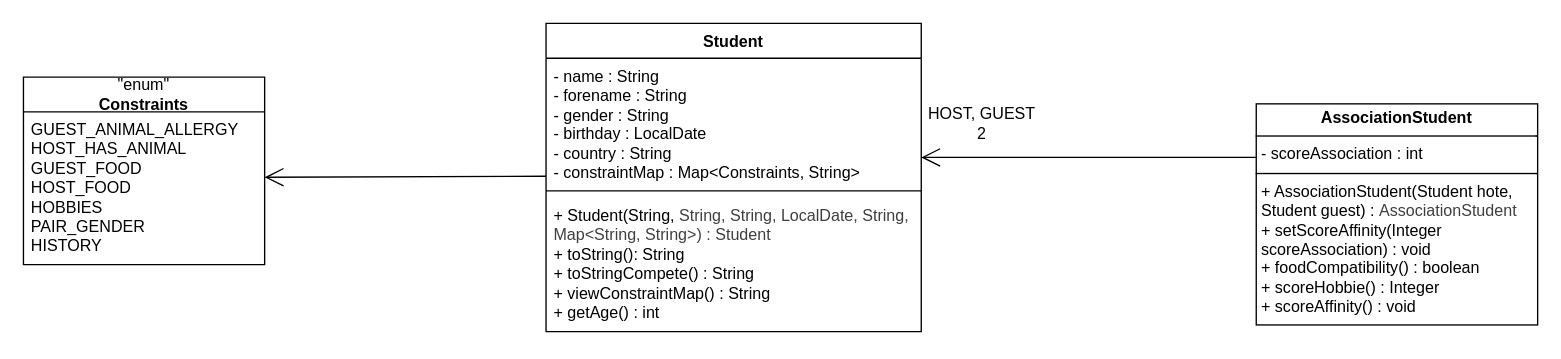
Above: POO/res/UML.drawio in Mano-l59/Application-associations-etudiantes (draw.io), before the change. Source tidied: cells renumbered, new cells numbered last; positions are measured from the earlier drawing's top-left corner, leaving out a move shared by most shapes. Both pictures are drawn from the tidied source at 134%, with x=0, y=0 at pixel (23, 23).
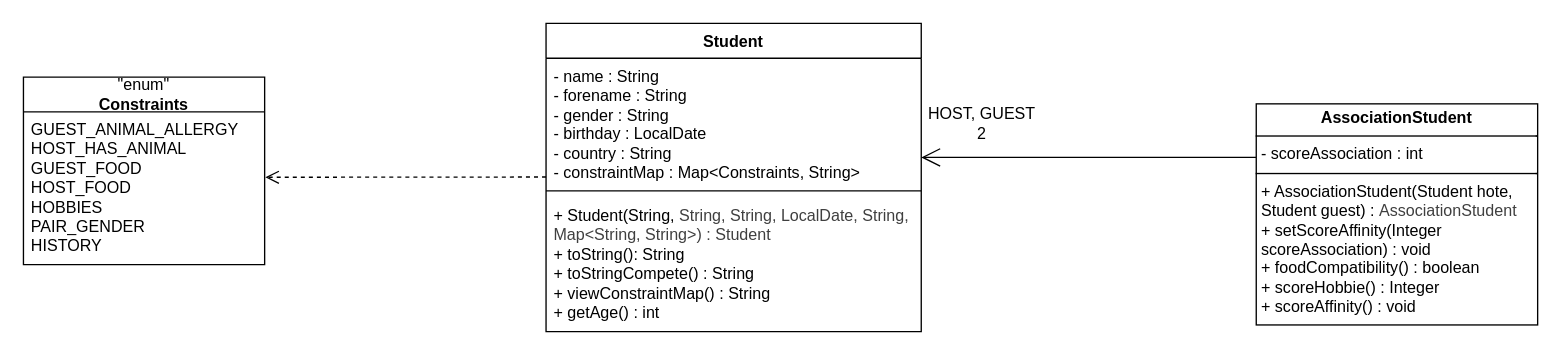
After the change.

Commit message:
JavaDoc Student finie

Diff of the diagram source:
```diff
@@
 <mxGraphModel>
   <root>
     <mxCell id="0" />
     <mxCell id="1" parent="0" />
     <mxCell id="2" value="Student" style="swimlane;fontStyle=1;align=center;verticalAlign=top;horizontal=1;startSize=26;whiteSpace=wrap;html=1;" parent="1" vertex="1">
       <mxGeometry x="390" width="280" height="230" as="geometry" />
     </mxCell>
     <mxCell id="3" value="- name : String&lt;div&gt;- forename : String&lt;/div&gt;&lt;div&gt;- gender : String&lt;/div&gt;&lt;div&gt;- birthday : LocalDate&lt;/div&gt;&lt;div&gt;- country : String&lt;/div&gt;&lt;div&gt;- constraintMap : Map&amp;lt;Constraints, String&amp;gt;&lt;/div&gt;" style="text;strokeColor=none;fillColor=none;align=left;verticalAlign=top;spacingLeft=4;spacingRight=4;overflow=hidden;whiteSpace=wrap;html=1;" parent="2" vertex="1">
       <mxGeometry y="26" width="280" height="94" as="geometry" />
     </mxCell>
     <mxCell id="4" style="line;strokeWidth=1;fillColor=none;align=left;verticalAlign=middle;spacingTop=-1;spacingLeft=3;spacingRight=3;labelPosition=right;strokeColor=inherit;" parent="2" vertex="1">
       <mxGeometry y="120" width="280" height="10" as="geometry" />
     </mxCell>
     <mxCell id="5" value="&lt;div&gt;+ Student(String,&amp;nbsp;&lt;span style=&quot;color: rgb(63, 63, 63); background-color: transparent;&quot;&gt;String,&amp;nbsp;&lt;/span&gt;&lt;span style=&quot;color: rgb(63, 63, 63); background-color: transparent;&quot;&gt;String, LocalDate,&amp;nbsp;&lt;/span&gt;&lt;span style=&quot;color: rgb(63, 63, 63); background-color: transparent;&quot;&gt;String, Map&amp;lt;&lt;/span&gt;&lt;span style=&quot;color: rgb(63, 63, 63); background-color: transparent;&quot;&gt;String, String&amp;gt;) : Student&lt;/span&gt;&lt;span style=&quot;background-color: transparent;&quot;&gt;&amp;nbsp;&lt;/span&gt;&lt;/div&gt;+ toString(): String&lt;div&gt;&lt;font color=&quot;#000000&quot;&gt;+ toStringCompete() : String&lt;/font&gt;&lt;/div&gt;&lt;div&gt;&lt;font color=&quot;#000000&quot;&gt;&lt;font color=&quot;#000000&quot;&gt;+ viewConstraintMap() : String&lt;br&gt;&lt;/font&gt;&lt;/font&gt;&lt;div&gt;+ getAge() : int&lt;/div&gt;&lt;/div&gt;" style="text;strokeColor=none;fillColor=none;align=left;verticalAlign=top;spacingLeft=4;spacingRight=4;overflow=hidden;whiteSpace=wrap;html=1;" parent="2" vertex="1">
       <mxGeometry y="130" width="280" height="100" as="geometry" />
     </mxCell>
     <mxCell id="6" value="&lt;p style=&quot;margin:0px;margin-top:4px;text-align:center;&quot;&gt;&lt;b&gt;AssociationStudent&lt;/b&gt;&lt;/p&gt;&lt;hr size=&quot;1&quot; style=&quot;border-style:solid;&quot;&gt;&lt;p style=&quot;margin:0px;margin-left:4px;&quot;&gt;&lt;span style=&quot;background-color: transparent;&quot;&gt;- scoreAssociation : int&lt;/span&gt;&lt;/p&gt;&lt;hr size=&quot;1&quot; style=&quot;border-style:solid;&quot;&gt;&lt;p style=&quot;margin:0px;margin-left:4px;&quot;&gt;+ AssociationStudent(Student hote, Student guest) :&amp;nbsp;&lt;span style=&quot;color: rgb(63, 63, 63); background-color: transparent;&quot;&gt;AssociationStudent&lt;/span&gt;&lt;/p&gt;&lt;p style=&quot;margin:0px;margin-left:4px;&quot;&gt;+ setScoreAffinity(Integer scoreAssociation) : void&lt;/p&gt;&lt;p style=&quot;margin:0px;margin-left:4px;&quot;&gt;+&amp;nbsp;foodCompatibility() : boolean&lt;/p&gt;&lt;p style=&quot;margin:0px;margin-left:4px;&quot;&gt;+&amp;nbsp;scoreHobbie() : Integer&lt;/p&gt;&lt;p style=&quot;margin:0px;margin-left:4px;&quot;&gt;+&amp;nbsp;scoreAffinity() : void&lt;/p&gt;" style="verticalAlign=top;align=left;overflow=fill;html=1;whiteSpace=wrap;" parent="1" vertex="1">
       <mxGeometry x="920" y="60" width="210" height="165" as="geometry" />
     </mxCell>
     <mxCell id="7" value="&lt;div&gt;HOST, GUEST&lt;/div&gt;&lt;div&gt;2&lt;/div&gt;" style="text;html=1;align=center;verticalAlign=middle;strokeColor=none;fillColor=none;" parent="1" vertex="1">
       <mxGeometry x="665" y="55" width="100" height="40" as="geometry" />
     </mxCell>
     <mxCell id="8" value="&quot;enum&quot;&lt;div&gt;&lt;b&gt;Constraints&lt;/b&gt;&lt;/div&gt;" style="swimlane;fontStyle=0;horizontal=1;startSize=26;fillColor=none;whiteSpace=wrap;html=1;" parent="1" vertex="1">
       <mxGeometry y="40" width="180" height="140" as="geometry" />
     </mxCell>
     <mxCell id="9" value="GUEST_ANIMAL_ALLERGY&lt;div&gt;HOST_HAS_ANIMAL&lt;/div&gt;&lt;div&gt;GUEST_FOOD&lt;/div&gt;&lt;div&gt;HOST_FOOD&lt;/div&gt;&lt;div&gt;HOBBIES&lt;/div&gt;&lt;div&gt;PAIR_GENDER&lt;/div&gt;&lt;div&gt;HISTORY&lt;/div&gt;&lt;div&gt;&lt;br&gt;&lt;/div&gt;" style="text;strokeColor=none;fillColor=none;align=left;verticalAlign=top;spacingLeft=4;spacingRight=4;overflow=hidden;points=[[0,0.5],[1,0.5]];portConstraint=eastwest;whiteSpace=wrap;html=1;" parent="8" vertex="1">
       <mxGeometry y="26" width="180" height="114" as="geometry" />
     </mxCell>
     <mxCell id="10" style="endArrow=open;endFill=1;endSize=12;html=1;exitX=-0.001;exitY=0.242;exitDx=0;exitDy=0;exitPerimeter=0;" parent="1" edge="1" source="6">
       <mxGeometry relative="1" as="geometry">
         <mxPoint x="670" y="100" as="targetPoint" />
       </mxGeometry>
     </mxCell>
-    <mxCell id="11" style="endArrow=open;endFill=1;endSize=12;html=1;entryX=1.019;entryY=0.251;entryDx=0;entryDy=0;entryPerimeter=0;" parent="1" edge="1">
-      <mxGeometry relative="1" as="geometry">
-        <mxPoint x="390" y="114" as="sourcePoint" />
-        <mxPoint x="180" y="114.8" as="targetPoint" />
-      </mxGeometry>
-    </mxCell>
+    <mxCell id="12" style="html=1;verticalAlign=bottom;endArrow=open;dashed=1;endSize=8;curved=0;rounded=0;entryX=1.003;entryY=0.428;entryDx=0;entryDy=0;entryPerimeter=0;" parent="1" edge="1" target="9">
+      <mxGeometry relative="1" as="geometry">
+        <mxPoint x="390" y="114.6" as="sourcePoint" />
+      </mxGeometry>
+    </mxCell>
   </root>
 </mxGraphModel>
```
